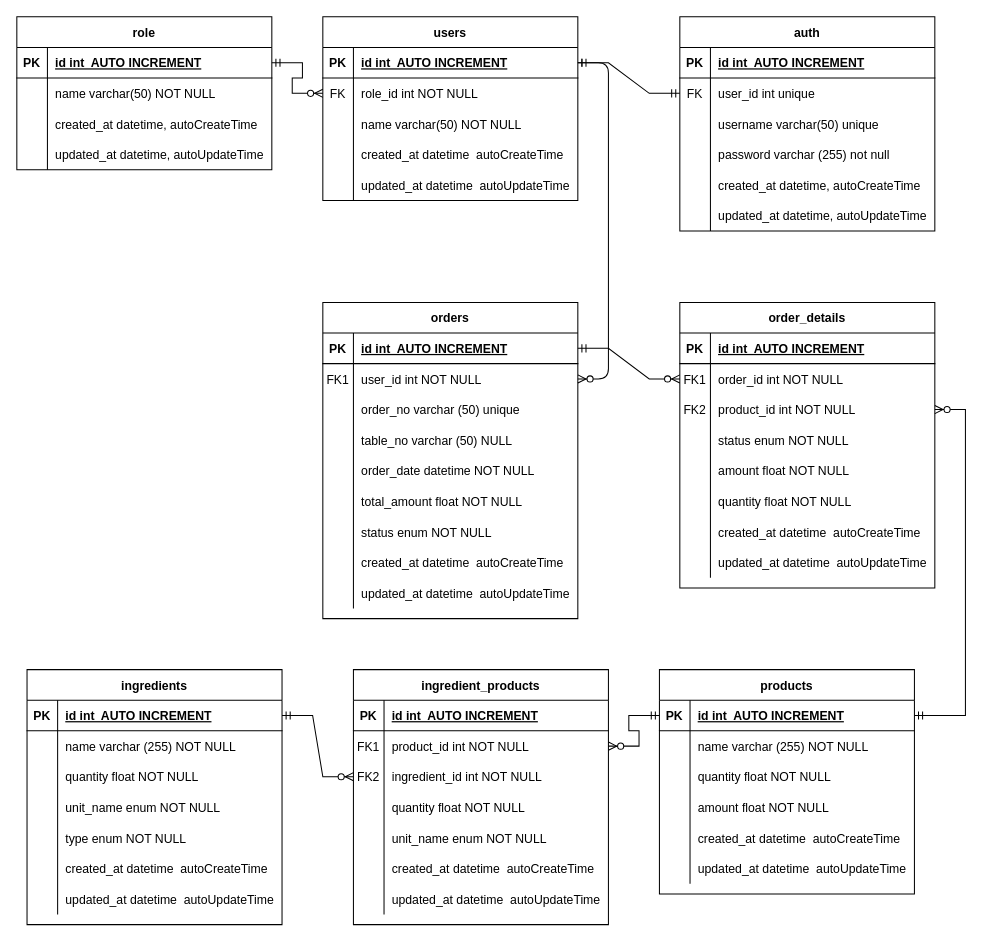
The draw.io diagram erd-test-qoin.drawio in adamnasrudin03/go-technical-test-qoin, before the edit. Source tidied: cells renumbered, new cells numbered last; positions are measured from the earlier drawing's top-left corner, leaving out a move shared by most shapes. Both pictures are drawn from the tidied source at 102%, with x=0, y=0 at pixel (16, 16).
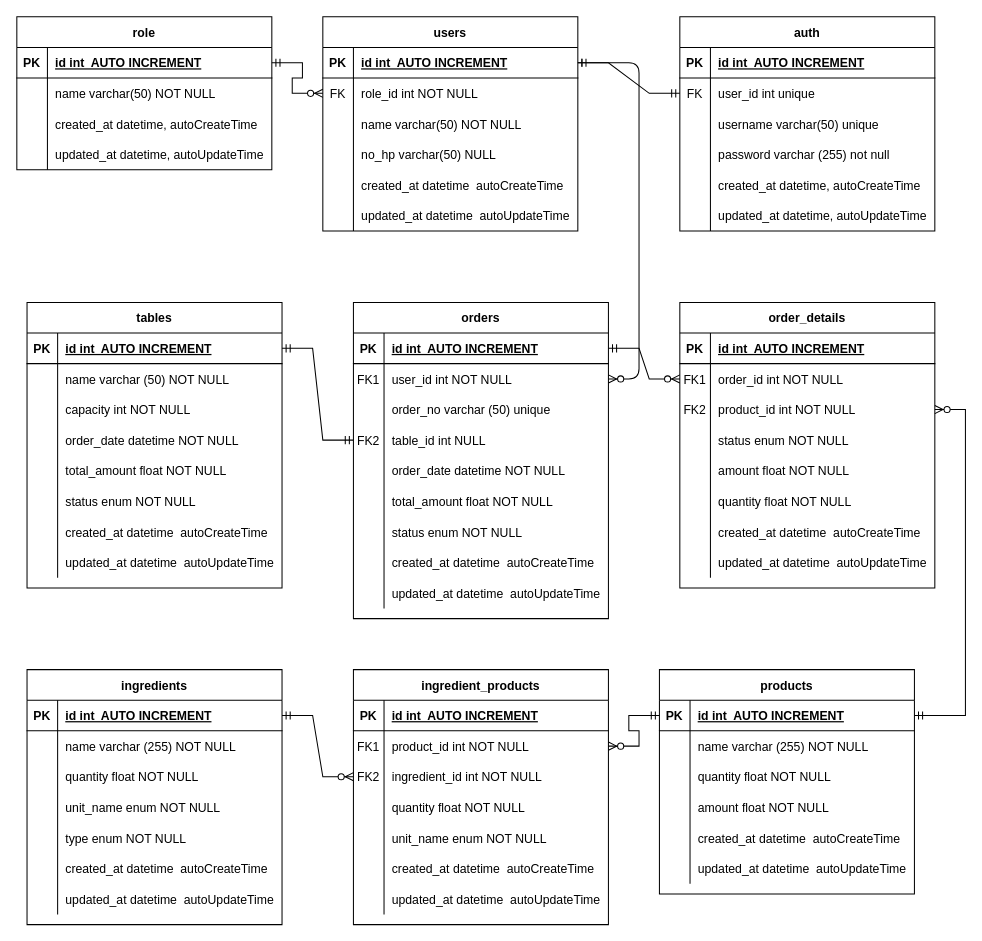
The same page after the edit.

Unchanged cells that the change refers to:
```xml
<mxCell id="13" style="shape=partialRectangle;fillColor=none;points=[[0,0.5],[1,0.5]];portConstraint=eastwest;top=0;left=0;right=0;bottom=0;" parent="3" vertex="1">
  <mxGeometry y="120" width="250" height="30" as="geometry" />
</mxCell>
```

Diff of the diagram source:
```diff
@@
     <mxCell id="3" value="orders" style="shape=table;startSize=30;childLayout=tableLayout;rowLines=0;fontStyle=1;align=center;" parent="1" vertex="1">
-      <mxGeometry x="300" y="280" width="250" height="310" as="geometry" />
+      <mxGeometry x="330" y="280" width="250" height="310" as="geometry" />
     </mxCell>
@@
-    <mxCell id="14" style="shape=partialRectangle;overflow=hidden;fillColor=none;top=0;left=0;bottom=0;right=0;" parent="13" vertex="1">
+    <mxCell id="14" value="FK2" style="shape=partialRectangle;overflow=hidden;fillColor=none;top=0;left=0;bottom=0;right=0;" parent="13" vertex="1">
       <mxGeometry width="30" height="30" as="geometry" />
     </mxCell>
-    <mxCell id="15" value="table_no varchar (50) NULL" style="shape=partialRectangle;overflow=hidden;fillColor=none;top=0;left=0;bottom=0;right=0;align=left;spacingLeft=6;" parent="13" vertex="1">
+    <mxCell id="15" value="table_id int NULL" style="shape=partialRectangle;overflow=hidden;fillColor=none;top=0;left=0;bottom=0;right=0;align=left;spacingLeft=6;" parent="13" vertex="1">
       <mxGeometry x="30" width="220" height="30" as="geometry" />
     </mxCell>
@@
     <mxCell id="31" value="users" style="shape=table;startSize=30;childLayout=tableLayout;rowLines=0;fontStyle=1;align=center;" parent="1" vertex="1">
-      <mxGeometry x="300" width="250" height="180" as="geometry" />
+      <mxGeometry x="300" width="250" height="210" as="geometry" />
     </mxCell>
@@
+    <mxCell id="173" style="shape=partialRectangle;fillColor=none;top=0;left=0;right=0;bottom=0;" parent="31" vertex="1">
+      <mxGeometry y="120" width="250" height="30" as="geometry" />
+    </mxCell>
+    <mxCell id="174" style="shape=partialRectangle;overflow=hidden;fillColor=none;top=0;left=0;bottom=0;right=0;" parent="173" vertex="1">
+      <mxGeometry width="30" height="30" as="geometry" />
+    </mxCell>
+    <mxCell id="175" value="no_hp varchar(50) NULL" style="shape=partialRectangle;overflow=hidden;fillColor=none;top=0;left=0;bottom=0;right=0;align=left;spacingLeft=6;" parent="173" vertex="1">
+      <mxGeometry x="30" width="220" height="30" as="geometry" />
+    </mxCell>
     <mxCell id="41" style="shape=partialRectangle;fillColor=none;top=0;left=0;right=0;bottom=0;" parent="31" vertex="1">
-      <mxGeometry y="120" width="250" height="30" as="geometry" />
+      <mxGeometry y="150" width="250" height="30" as="geometry" />
     </mxCell>
@@
     <mxCell id="44" style="shape=partialRectangle;fillColor=none;top=0;left=0;right=0;bottom=0;" parent="31" vertex="1">
-      <mxGeometry y="150" width="250" height="30" as="geometry" />
+      <mxGeometry y="180" width="250" height="30" as="geometry" />
     </mxCell>
@@
+    <mxCell id="176" value="tables" style="shape=table;startSize=30;childLayout=tableLayout;rowLines=0;fontStyle=1;align=center;" parent="1" vertex="1">
+      <mxGeometry x="10" y="280" width="250" height="280" as="geometry" />
+    </mxCell>
+    <mxCell id="177" style="shape=partialRectangle;fillColor=none;points=[[0,0.5],[1,0.5]];portConstraint=eastwest;top=0;left=0;right=0;bottom=1;" parent="176" vertex="1">
+      <mxGeometry y="30" width="250" height="30" as="geometry" />
+    </mxCell>
+    <mxCell id="178" value="PK" style="shape=partialRectangle;overflow=hidden;fillColor=none;top=0;left=0;bottom=0;right=0;fontStyle=1;" parent="177" vertex="1">
+      <mxGeometry width="30" height="30" as="geometry" />
+    </mxCell>
+    <mxCell id="179" value="id int  AUTO INCREMENT" style="shape=partialRectangle;overflow=hidden;fillColor=none;top=0;left=0;bottom=0;right=0;align=left;spacingLeft=6;fontStyle=5;" parent="177" vertex="1">
+      <mxGeometry x="30" width="220" height="30" as="geometry" />
+    </mxCell>
+    <mxCell id="180" style="shape=partialRectangle;fillColor=none;top=0;left=0;right=0;bottom=0;" parent="176" vertex="1">
+      <mxGeometry y="60" width="250" height="30" as="geometry" />
+    </mxCell>
+    <mxCell id="181" style="shape=partialRectangle;overflow=hidden;fillColor=none;top=0;left=0;bottom=0;right=0;" parent="180" vertex="1">
+      <mxGeometry width="30" height="30" as="geometry" />
+    </mxCell>
+    <mxCell id="182" value="name varchar (50) NOT NULL" style="shape=partialRectangle;overflow=hidden;fillColor=none;top=0;left=0;bottom=0;right=0;align=left;spacingLeft=6;" parent="180" vertex="1">
+      <mxGeometry x="30" width="220" height="30" as="geometry" />
+    </mxCell>
+    <mxCell id="183" style="shape=partialRectangle;fillColor=none;top=0;left=0;right=0;bottom=0;" parent="176" vertex="1">
+      <mxGeometry y="90" width="250" height="30" as="geometry" />
+    </mxCell>
+    <mxCell id="184" style="shape=partialRectangle;overflow=hidden;fillColor=none;top=0;left=0;bottom=0;right=0;" parent="183" vertex="1">
+      <mxGeometry width="30" height="30" as="geometry" />
+    </mxCell>
+    <mxCell id="185" value="capacity int NOT NULL" style="shape=partialRectangle;overflow=hidden;fillColor=none;top=0;left=0;bottom=0;right=0;align=left;spacingLeft=6;" parent="183" vertex="1">
+      <mxGeometry x="30" width="220" height="30" as="geometry" />
+    </mxCell>
+    <mxCell id="186" style="shape=partialRectangle;fillColor=none;top=0;left=0;right=0;bottom=0;" parent="176" vertex="1">
+      <mxGeometry y="120" width="250" height="30" as="geometry" />
+    </mxCell>
+    <mxCell id="187" style="shape=partialRectangle;overflow=hidden;fillColor=none;top=0;left=0;bottom=0;right=0;" parent="186" vertex="1">
+      <mxGeometry width="30" height="30" as="geometry" />
+    </mxCell>
+    <mxCell id="188" value="order_date datetime NOT NULL" style="shape=partialRectangle;overflow=hidden;fillColor=none;top=0;left=0;bottom=0;right=0;align=left;spacingLeft=6;" parent="186" vertex="1">
+      <mxGeometry x="30" width="220" height="30" as="geometry" />
+    </mxCell>
+    <mxCell id="189" style="shape=partialRectangle;fillColor=none;top=0;left=0;right=0;bottom=0;" parent="176" vertex="1">
+      <mxGeometry y="150" width="250" height="30" as="geometry" />
+    </mxCell>
+    <mxCell id="190" style="shape=partialRectangle;overflow=hidden;fillColor=none;top=0;left=0;bottom=0;right=0;" parent="189" vertex="1">
+      <mxGeometry width="30" height="30" as="geometry" />
+    </mxCell>
+    <mxCell id="191" value="total_amount float NOT NULL" style="shape=partialRectangle;overflow=hidden;fillColor=none;top=0;left=0;bottom=0;right=0;align=left;spacingLeft=6;" parent="189" vertex="1">
+      <mxGeometry x="30" width="220" height="30" as="geometry" />
+    </mxCell>
+    <mxCell id="192" style="shape=partialRectangle;fillColor=none;top=0;left=0;right=0;bottom=0;" parent="176" vertex="1">
+      <mxGeometry y="180" width="250" height="30" as="geometry" />
+    </mxCell>
+    <mxCell id="193" style="shape=partialRectangle;overflow=hidden;fillColor=none;top=0;left=0;bottom=0;right=0;" parent="192" vertex="1">
+      <mxGeometry width="30" height="30" as="geometry" />
+    </mxCell>
+    <mxCell id="194" value="status enum NOT NULL" style="shape=partialRectangle;overflow=hidden;fillColor=none;top=0;left=0;bottom=0;right=0;align=left;spacingLeft=6;" parent="192" vertex="1">
+      <mxGeometry x="30" width="220" height="30" as="geometry" />
+    </mxCell>
+    <mxCell id="195" style="shape=partialRectangle;fillColor=none;top=0;left=0;right=0;bottom=0;" parent="176" vertex="1">
+      <mxGeometry y="210" width="250" height="30" as="geometry" />
+    </mxCell>
+    <mxCell id="196" style="shape=partialRectangle;overflow=hidden;fillColor=none;top=0;left=0;bottom=0;right=0;" parent="195" vertex="1">
+      <mxGeometry width="30" height="30" as="geometry" />
+    </mxCell>
+    <mxCell id="197" value="created_at datetime  autoCreateTime" style="shape=partialRectangle;overflow=hidden;fillColor=none;top=0;left=0;bottom=0;right=0;align=left;spacingLeft=6;" parent="195" vertex="1">
+      <mxGeometry x="30" width="220" height="30" as="geometry" />
+    </mxCell>
+    <mxCell id="198" style="shape=partialRectangle;fillColor=none;top=0;left=0;right=0;bottom=0;" parent="176" vertex="1">
+      <mxGeometry y="240" width="250" height="30" as="geometry" />
+    </mxCell>
+    <mxCell id="199" style="shape=partialRectangle;overflow=hidden;fillColor=none;top=0;left=0;bottom=0;right=0;" parent="198" vertex="1">
+      <mxGeometry width="30" height="30" as="geometry" />
+    </mxCell>
+    <mxCell id="200" value="updated_at datetime  autoUpdateTime" style="shape=partialRectangle;overflow=hidden;fillColor=none;top=0;left=0;bottom=0;right=0;align=left;spacingLeft=6;" parent="198" vertex="1">
+      <mxGeometry x="30" width="220" height="30" as="geometry" />
+    </mxCell>
+    <mxCell id="201" style="edgeStyle=entityRelationEdgeStyle;fontSize=12;html=1;endArrow=ERmandOne;startArrow=ERmandOne;rounded=0;" parent="1" edge="1" source="177" target="13">
+      <mxGeometry relative="1" as="geometry" />
+    </mxCell>
```
